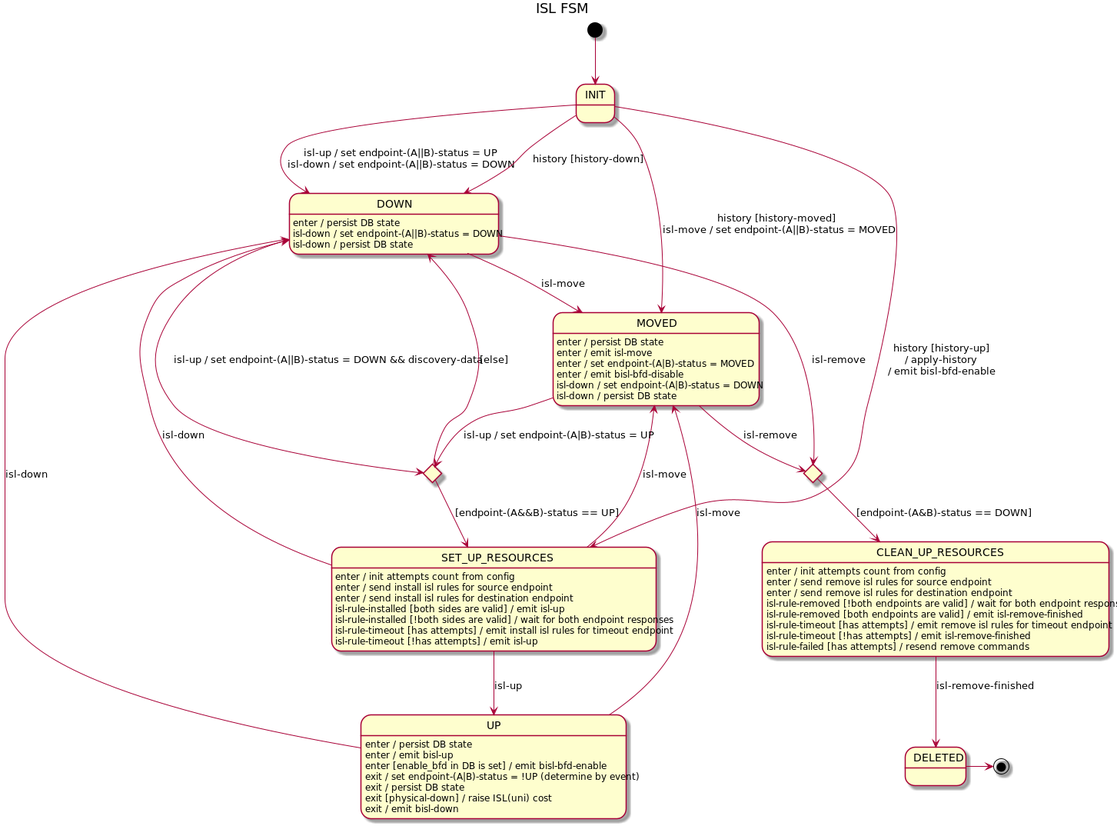
Earlier version of the PlantUML export docs/design/network-discovery/ISL-FSM.png (telstra/open-kilda).
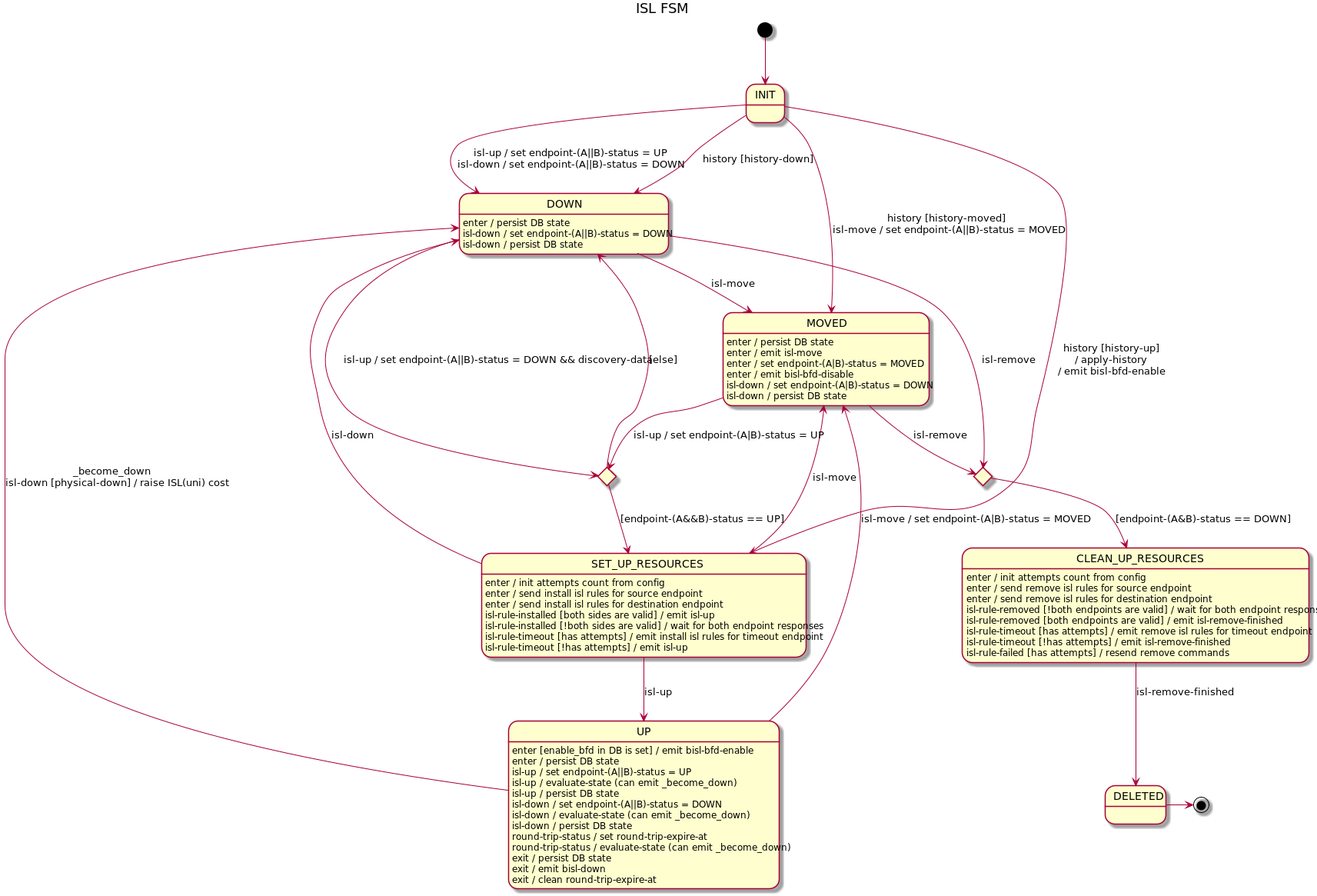
After the commit.

Diff of the diagram source:
```diff
@@ -5,6 +5,7 @@
 
 INIT --> DOWN : isl-up / set endpoint-(A||B)-status = UP\nisl-down / set endpoint-(A||B)-status = DOWN
 INIT --> DOWN : history [history-down]
+
 INIT --> SET_UP_RESOURCES : history [history-up]\n/ apply-history\n/ emit bisl-bfd-enable
 INIT --> MOVED : history [history-moved]\nisl-move / set endpoint-(A||B)-status = MOVED
 
@@ -33,15 +34,21 @@
 SET_UP_RESOURCES --> MOVED : isl-move
 SET_UP_RESOURCES --> UP : isl-up
 
-UP --> DOWN : isl-down
-UP --> MOVED : isl-move
+UP --> DOWN : _become_down\nisl-down [physical-down] / raise ISL(uni) cost
+UP --> MOVED : isl-move / set endpoint-(A|B)-status = MOVED
+UP : enter [enable_bfd in DB is set] / emit bisl-bfd-enable
 UP : enter / persist DB state
-UP : enter / emit bisl-up
-UP : enter [enable_bfd in DB is set] / emit bisl-bfd-enable
-UP : exit / set endpoint-(A|B)-status = !UP (determine by event)
+UP : isl-up / set endpoint-(A||B)-status = UP
+UP : isl-up / evaluate-state (can emit _become_down)
+UP : isl-up / persist DB state
+UP : isl-down / set endpoint-(A||B)-status = DOWN
+UP : isl-down / evaluate-state (can emit _become_down)
+UP : isl-down / persist DB state
+UP : round-trip-status / set round-trip-expire-at
+UP : round-trip-status / evaluate-state (can emit _become_down)
 UP : exit / persist DB state
-UP : exit [physical-down] / raise ISL(uni) cost
 UP : exit / emit bisl-down
+UP : exit / clean round-trip-expire-at
 
 CLEAN_UP_RESOURCES : enter / init attempts count from config
 CLEAN_UP_RESOURCES : enter / send remove isl rules for source endpoint
@@ -52,7 +59,6 @@
 CLEAN_UP_RESOURCES : isl-rule-timeout [!has attempts] / emit isl-remove-finished
 CLEAN_UP_RESOURCES : isl-rule-failed [has attempts] / resend remove commands
 CLEAN_UP_RESOURCES --> DELETED : isl-remove-finished
-
 
 MOVED --> upAttempt : isl-up / set endpoint-(A|B)-status = UP
 MOVED --> deleteAttempt : isl-remove
```
